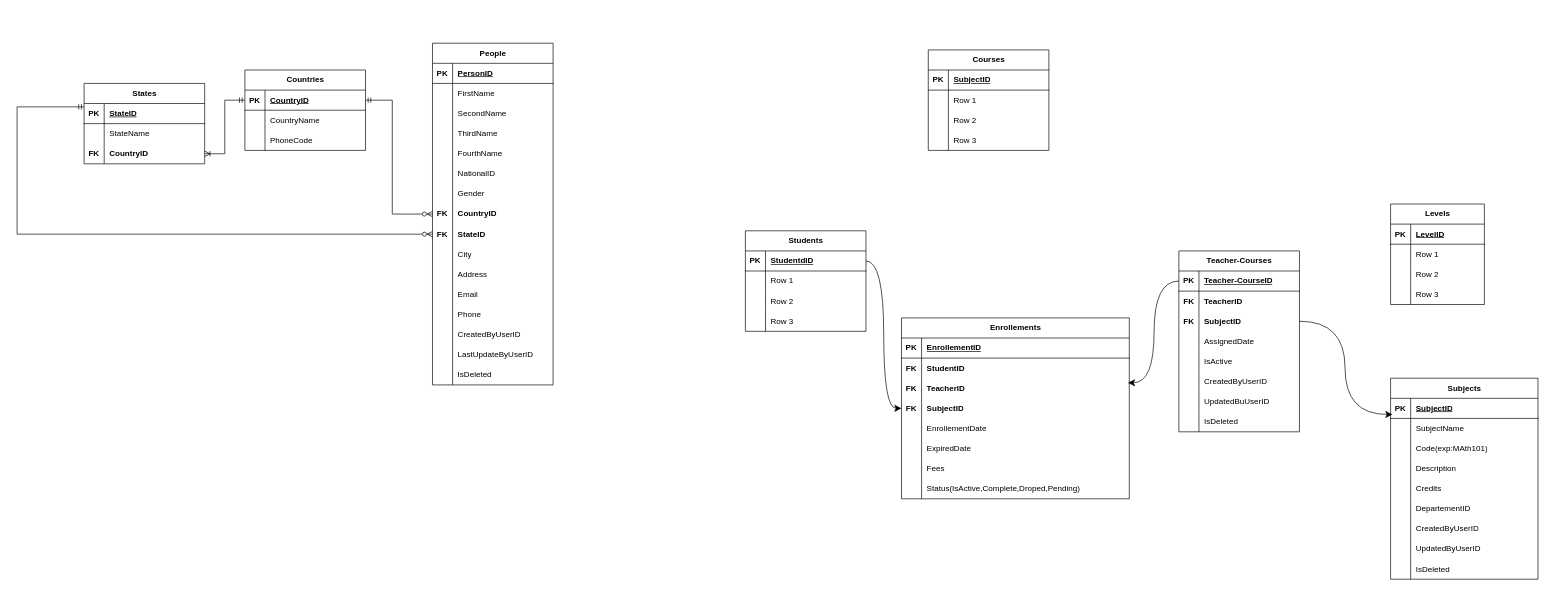
Earlier version of the draw.io diagram EducatioCenterDB.drawio (khalil98dev/EducationCenter). Source tidied: cells renumbered, new cells numbered last; positions are measured from the earlier drawing's top-left corner, leaving out a move shared by most shapes. Both pictures are drawn from the tidied source at 67%, with x=0, y=0 at pixel (17, 43).
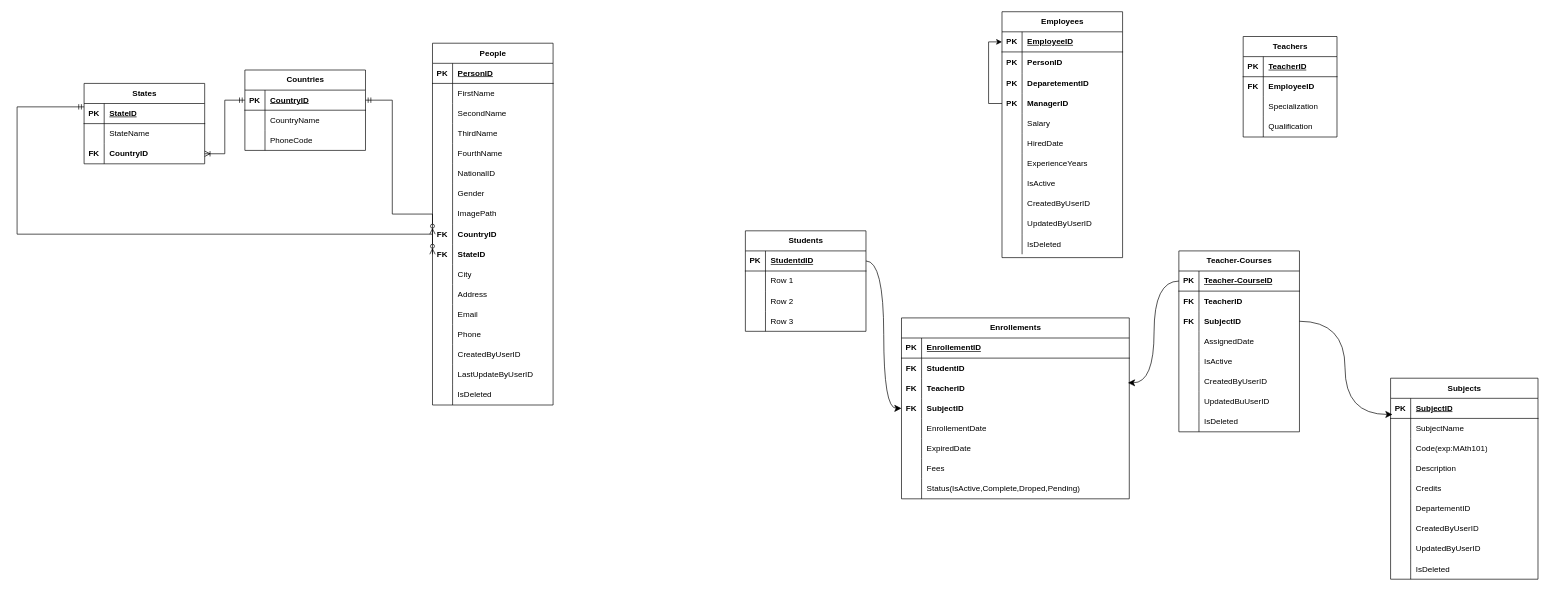
After the change.

Unchanged cells that the change refers to:
```xml
<mxCell id="141" style="shape=tableRow;horizontal=0;startSize=0;swimlaneHead=0;swimlaneBody=0;fillColor=none;points=[[0,0.5],[1,0.5]];portConstraint=eastwest;top=0;left=0;right=0;bottom=1;" parent="140" vertex="1">
  <mxGeometry y="30" width="180" height="30" as="geometry" />
</mxCell>
<mxCell id="179" style="shape=tableRow;horizontal=0;startSize=0;swimlaneHead=0;swimlaneBody=0;fillColor=none;top=0;left=0;right=0;bottom=1;" parent="178" vertex="1">
  <mxGeometry y="30" width="140" height="30" as="geometry" />
</mxCell>
<mxCell id="182" style="shape=tableRow;horizontal=0;startSize=0;swimlaneHead=0;swimlaneBody=0;fillColor=none;top=0;left=0;right=0;bottom=0;" parent="178" vertex="1">
  <mxGeometry y="60" width="140" height="30" as="geometry" />
</mxCell>
<mxCell id="185" style="shape=tableRow;horizontal=0;startSize=0;swimlaneHead=0;swimlaneBody=0;fillColor=none;top=0;left=0;right=0;bottom=0;" parent="178" vertex="1">
  <mxGeometry y="90" width="140" height="30" as="geometry" />
</mxCell>
<mxCell id="188" style="shape=tableRow;horizontal=0;startSize=0;swimlaneHead=0;swimlaneBody=0;fillColor=none;top=0;left=0;right=0;bottom=0;" parent="178" vertex="1">
  <mxGeometry y="120" width="140" height="30" as="geometry" />
</mxCell>
```

Diff of the diagram source:
```diff
@@
     <mxCell id="2" value="People" style="shape=table;startSize=30;childLayout=tableLayout;rowLines=0;fontStyle=1;align=center;html=1;" parent="1" vertex="1">
-      <mxGeometry x="620" width="180" height="510" as="geometry" />
+      <mxGeometry x="620" width="180" height="540" as="geometry" />
     </mxCell>
@@
+    <mxCell id="194" style="shape=tableRow;horizontal=0;startSize=0;swimlaneHead=0;swimlaneBody=0;fillColor=none;top=0;left=0;right=0;bottom=0;" parent="2" vertex="1">
+      <mxGeometry y="240" width="180" height="30" as="geometry" />
+    </mxCell>
+    <mxCell id="195" style="shape=partialRectangle;fillColor=none;top=0;left=0;bottom=0;right=0;overflow=hidden;whiteSpace=wrap;html=1;" parent="194" vertex="1">
+      <mxGeometry width="30" height="30" as="geometry" />
+    </mxCell>
+    <mxCell id="196" value="ImagePath" style="shape=partialRectangle;fillColor=none;top=0;left=0;bottom=0;right=0;align=left;spacingLeft=6;overflow=hidden;whiteSpace=wrap;html=1;" parent="194" vertex="1">
+      <mxGeometry x="30" width="150" height="30" as="geometry" />
+    </mxCell>
     <mxCell id="24" style="shape=tableRow;horizontal=0;startSize=0;swimlaneHead=0;swimlaneBody=0;fillColor=none;points=[[0,0.5],[1,0.5]];portConstraint=eastwest;top=0;left=0;right=0;bottom=0;" parent="2" vertex="1">
-      <mxGeometry y="240" width="180" height="30" as="geometry" />
+      <mxGeometry y="270" width="180" height="30" as="geometry" />
     </mxCell>
@@
     <mxCell id="27" style="shape=tableRow;horizontal=0;startSize=0;swimlaneHead=0;swimlaneBody=0;fillColor=none;points=[[0,0.5],[1,0.5]];portConstraint=eastwest;top=0;left=0;right=0;bottom=0;" parent="2" vertex="1">
-      <mxGeometry y="270" width="180" height="30" as="geometry" />
+      <mxGeometry y="300" width="180" height="30" as="geometry" />
     </mxCell>
@@
     <mxCell id="30" style="shape=tableRow;horizontal=0;startSize=0;swimlaneHead=0;swimlaneBody=0;fillColor=none;top=0;left=0;right=0;bottom=0;" parent="2" vertex="1">
-      <mxGeometry y="300" width="180" height="30" as="geometry" />
+      <mxGeometry y="330" width="180" height="30" as="geometry" />
     </mxCell>
@@
     <mxCell id="33" style="shape=tableRow;horizontal=0;startSize=0;swimlaneHead=0;swimlaneBody=0;fillColor=none;top=0;left=0;right=0;bottom=0;" parent="2" vertex="1">
-      <mxGeometry y="330" width="180" height="30" as="geometry" />
+      <mxGeometry y="360" width="180" height="30" as="geometry" />
     </mxCell>
@@
     <mxCell id="36" style="shape=tableRow;horizontal=0;startSize=0;swimlaneHead=0;swimlaneBody=0;fillColor=none;top=0;left=0;right=0;bottom=0;" parent="2" vertex="1">
-      <mxGeometry y="360" width="180" height="30" as="geometry" />
+      <mxGeometry y="390" width="180" height="30" as="geometry" />
     </mxCell>
@@
     <mxCell id="39" style="shape=tableRow;horizontal=0;startSize=0;swimlaneHead=0;swimlaneBody=0;fillColor=none;top=0;left=0;right=0;bottom=0;" parent="2" vertex="1">
-      <mxGeometry y="390" width="180" height="30" as="geometry" />
+      <mxGeometry y="420" width="180" height="30" as="geometry" />
     </mxCell>
@@
     <mxCell id="42" style="shape=tableRow;horizontal=0;startSize=0;swimlaneHead=0;swimlaneBody=0;fillColor=none;top=0;left=0;right=0;bottom=0;" parent="2" vertex="1">
-      <mxGeometry y="420" width="180" height="30" as="geometry" />
+      <mxGeometry y="450" width="180" height="30" as="geometry" />
     </mxCell>
@@
     <mxCell id="45" style="shape=tableRow;horizontal=0;startSize=0;swimlaneHead=0;swimlaneBody=0;fillColor=none;top=0;left=0;right=0;bottom=0;" parent="2" vertex="1">
-      <mxGeometry y="450" width="180" height="30" as="geometry" />
+      <mxGeometry y="480" width="180" height="30" as="geometry" />
     </mxCell>
@@
     <mxCell id="48" style="shape=tableRow;horizontal=0;startSize=0;swimlaneHead=0;swimlaneBody=0;fillColor=none;top=0;left=0;right=0;bottom=0;" parent="2" vertex="1">
-      <mxGeometry y="480" width="180" height="30" as="geometry" />
+      <mxGeometry y="510" width="180" height="30" as="geometry" />
     </mxCell>
@@
+    <mxCell id="197" style="edgeStyle=orthogonalEdgeStyle;rounded=0;jettySize=auto;html=1;entryX=0;entryY=0.5;entryDx=0;entryDy=0;" parent="1" edge="1" source="201" target="141">
+      <mxGeometry relative="1" as="geometry" />
+    </mxCell>
@@
-    <mxCell id="140" value="Courses" style="shape=table;startSize=30;childLayout=tableLayout;rowLines=0;fontStyle=1;align=center;html=1;" parent="1" vertex="1">
-      <mxGeometry x="1360" y="10" width="180" height="150" as="geometry" />
+    <mxCell id="140" value="Employees" style="shape=table;startSize=30;childLayout=tableLayout;rowLines=0;fontStyle=1;align=center;html=1;" parent="1" vertex="1">
+      <mxGeometry x="1470" y="-47" width="180" height="367" as="geometry" />
     </mxCell>
@@
-    <mxCell id="143" value="SubjectID" style="shape=partialRectangle;fillColor=none;top=0;left=0;bottom=0;right=0;align=left;spacingLeft=6;fontStyle=5;overflow=hidden;whiteSpace=wrap;html=1;" parent="141" vertex="1">
+    <mxCell id="143" value="EmployeeID" style="shape=partialRectangle;fillColor=none;top=0;left=0;bottom=0;right=0;align=left;spacingLeft=6;fontStyle=5;overflow=hidden;whiteSpace=wrap;html=1;" parent="141" vertex="1">
       <mxGeometry x="30" width="150" height="30" as="geometry" />
     </mxCell>
     <mxCell id="144" style="shape=tableRow;horizontal=0;startSize=0;swimlaneHead=0;swimlaneBody=0;fillColor=none;top=0;left=0;right=0;bottom=0;" parent="140" vertex="1">
-      <mxGeometry y="60" width="180" height="30" as="geometry" />
+      <mxGeometry y="60" width="180" height="32" as="geometry" />
     </mxCell>
-    <mxCell id="145" style="shape=partialRectangle;fillColor=none;top=0;left=0;bottom=0;right=0;overflow=hidden;whiteSpace=wrap;html=1;" parent="144" vertex="1">
-      <mxGeometry width="30" height="30" as="geometry" />
+    <mxCell id="145" value="PK" style="shape=partialRectangle;fillColor=none;top=0;left=0;bottom=0;right=0;overflow=hidden;whiteSpace=wrap;html=1;fontStyle=1;" parent="144" vertex="1">
+      <mxGeometry width="30" height="32" as="geometry" />
     </mxCell>
-    <mxCell id="146" value="Row 1" style="shape=partialRectangle;fillColor=none;top=0;left=0;bottom=0;right=0;align=left;spacingLeft=6;overflow=hidden;whiteSpace=wrap;html=1;" parent="144" vertex="1">
-      <mxGeometry x="30" width="150" height="30" as="geometry" />
+    <mxCell id="146" value="PersonID" style="shape=partialRectangle;fillColor=none;top=0;left=0;bottom=0;right=0;align=left;spacingLeft=6;overflow=hidden;whiteSpace=wrap;html=1;fontStyle=1;" parent="144" vertex="1">
+      <mxGeometry x="30" width="150" height="32" as="geometry" />
     </mxCell>
+    <mxCell id="198" style="shape=tableRow;horizontal=0;startSize=0;swimlaneHead=0;swimlaneBody=0;fillColor=none;top=0;left=0;right=0;bottom=0;" parent="140" vertex="1">
+      <mxGeometry y="92" width="180" height="30" as="geometry" />
+    </mxCell>
+    <mxCell id="199" value="PK" style="shape=partialRectangle;fillColor=none;top=0;left=0;bottom=0;right=0;overflow=hidden;whiteSpace=wrap;html=1;fontStyle=1;" parent="198" vertex="1">
+      <mxGeometry width="30" height="30" as="geometry" />
+    </mxCell>
+    <mxCell id="200" value="DeparetementID" style="shape=partialRectangle;fillColor=none;top=0;left=0;bottom=0;right=0;align=left;spacingLeft=6;overflow=hidden;whiteSpace=wrap;html=1;fontStyle=1;" parent="198" vertex="1">
+      <mxGeometry x="30" width="150" height="30" as="geometry" />
+    </mxCell>
+    <mxCell id="201" style="shape=tableRow;horizontal=0;startSize=0;swimlaneHead=0;swimlaneBody=0;fillColor=none;points=[[0,0.5],[1,0.5]];portConstraint=eastwest;top=0;left=0;right=0;bottom=0;" parent="140" vertex="1">
+      <mxGeometry y="122" width="180" height="30" as="geometry" />
+    </mxCell>
+    <mxCell id="202" value="PK" style="shape=partialRectangle;fillColor=none;top=0;left=0;bottom=0;right=0;overflow=hidden;whiteSpace=wrap;html=1;fontStyle=1;" parent="201" vertex="1">
+      <mxGeometry width="30" height="30" as="geometry" />
+    </mxCell>
+    <mxCell id="203" value="ManagerID" style="shape=partialRectangle;fillColor=none;top=0;left=0;bottom=0;right=0;align=left;spacingLeft=6;overflow=hidden;whiteSpace=wrap;html=1;fontStyle=1;" parent="201" vertex="1">
+      <mxGeometry x="30" width="150" height="30" as="geometry" />
+    </mxCell>
     <mxCell id="147" style="shape=tableRow;horizontal=0;startSize=0;swimlaneHead=0;swimlaneBody=0;fillColor=none;top=0;left=0;right=0;bottom=0;" parent="140" vertex="1">
-      <mxGeometry y="90" width="180" height="30" as="geometry" />
+      <mxGeometry y="152" width="180" height="30" as="geometry" />
     </mxCell>
@@
-    <mxCell id="149" value="Row 2" style="shape=partialRectangle;fillColor=none;top=0;left=0;bottom=0;right=0;align=left;spacingLeft=6;overflow=hidden;whiteSpace=wrap;html=1;" parent="147" vertex="1">
+    <mxCell id="149" value="Salary" style="shape=partialRectangle;fillColor=none;top=0;left=0;bottom=0;right=0;align=left;spacingLeft=6;overflow=hidden;whiteSpace=wrap;html=1;" parent="147" vertex="1">
       <mxGeometry x="30" width="150" height="30" as="geometry" />
     </mxCell>
     <mxCell id="150" style="shape=tableRow;horizontal=0;startSize=0;swimlaneHead=0;swimlaneBody=0;fillColor=none;top=0;left=0;right=0;bottom=0;" parent="140" vertex="1">
-      <mxGeometry y="120" width="180" height="30" as="geometry" />
+      <mxGeometry y="182" width="180" height="30" as="geometry" />
     </mxCell>
@@
-    <mxCell id="152" value="Row 3" style="shape=partialRectangle;fillColor=none;top=0;left=0;bottom=0;right=0;align=left;spacingLeft=6;overflow=hidden;whiteSpace=wrap;html=1;" parent="150" vertex="1">
+    <mxCell id="152" value="HiredDate" style="shape=partialRectangle;fillColor=none;top=0;left=0;bottom=0;right=0;align=left;spacingLeft=6;overflow=hidden;whiteSpace=wrap;html=1;" parent="150" vertex="1">
       <mxGeometry x="30" width="150" height="30" as="geometry" />
     </mxCell>
+    <mxCell id="204" style="shape=tableRow;horizontal=0;startSize=0;swimlaneHead=0;swimlaneBody=0;fillColor=none;top=0;left=0;right=0;bottom=0;" parent="140" vertex="1">
+      <mxGeometry y="212" width="180" height="30" as="geometry" />
+    </mxCell>
+    <mxCell id="205" style="shape=partialRectangle;fillColor=none;top=0;left=0;bottom=0;right=0;overflow=hidden;whiteSpace=wrap;html=1;" parent="204" vertex="1">
+      <mxGeometry width="30" height="30" as="geometry" />
+    </mxCell>
+    <mxCell id="206" value="ExperienceYears" style="shape=partialRectangle;fillColor=none;top=0;left=0;bottom=0;right=0;align=left;spacingLeft=6;overflow=hidden;whiteSpace=wrap;html=1;" parent="204" vertex="1">
+      <mxGeometry x="30" width="150" height="30" as="geometry" />
+    </mxCell>
+    <mxCell id="207" style="shape=tableRow;horizontal=0;startSize=0;swimlaneHead=0;swimlaneBody=0;fillColor=none;top=0;left=0;right=0;bottom=0;" parent="140" vertex="1">
+      <mxGeometry y="242" width="180" height="30" as="geometry" />
+    </mxCell>
+    <mxCell id="208" style="shape=partialRectangle;fillColor=none;top=0;left=0;bottom=0;right=0;overflow=hidden;whiteSpace=wrap;html=1;" parent="207" vertex="1">
+      <mxGeometry width="30" height="30" as="geometry" />
+    </mxCell>
+    <mxCell id="209" value="IsActive" style="shape=partialRectangle;fillColor=none;top=0;left=0;bottom=0;right=0;align=left;spacingLeft=6;overflow=hidden;whiteSpace=wrap;html=1;" parent="207" vertex="1">
+      <mxGeometry x="30" width="150" height="30" as="geometry" />
+    </mxCell>
+    <mxCell id="210" style="shape=tableRow;horizontal=0;startSize=0;swimlaneHead=0;swimlaneBody=0;fillColor=none;top=0;left=0;right=0;bottom=0;" parent="140" vertex="1">
+      <mxGeometry y="272" width="180" height="30" as="geometry" />
+    </mxCell>
+    <mxCell id="211" style="shape=partialRectangle;fillColor=none;top=0;left=0;bottom=0;right=0;overflow=hidden;whiteSpace=wrap;html=1;" parent="210" vertex="1">
+      <mxGeometry width="30" height="30" as="geometry" />
+    </mxCell>
+    <mxCell id="212" value="CreatedByUserID" style="shape=partialRectangle;fillColor=none;top=0;left=0;bottom=0;right=0;align=left;spacingLeft=6;overflow=hidden;whiteSpace=wrap;html=1;" parent="210" vertex="1">
+      <mxGeometry x="30" width="150" height="30" as="geometry" />
+    </mxCell>
+    <mxCell id="213" style="shape=tableRow;horizontal=0;startSize=0;swimlaneHead=0;swimlaneBody=0;fillColor=none;top=0;left=0;right=0;bottom=0;" parent="140" vertex="1">
+      <mxGeometry y="302" width="180" height="30" as="geometry" />
+    </mxCell>
+    <mxCell id="214" style="shape=partialRectangle;fillColor=none;top=0;left=0;bottom=0;right=0;overflow=hidden;whiteSpace=wrap;html=1;" parent="213" vertex="1">
+      <mxGeometry width="30" height="30" as="geometry" />
+    </mxCell>
+    <mxCell id="215" value="UpdatedByUserID" style="shape=partialRectangle;fillColor=none;top=0;left=0;bottom=0;right=0;align=left;spacingLeft=6;overflow=hidden;whiteSpace=wrap;html=1;" parent="213" vertex="1">
+      <mxGeometry x="30" width="150" height="30" as="geometry" />
+    </mxCell>
+    <mxCell id="216" style="shape=tableRow;horizontal=0;startSize=0;swimlaneHead=0;swimlaneBody=0;fillColor=none;top=0;left=0;right=0;bottom=0;" parent="140" vertex="1">
+      <mxGeometry y="332" width="180" height="30" as="geometry" />
+    </mxCell>
+    <mxCell id="217" style="shape=partialRectangle;fillColor=none;top=0;left=0;bottom=0;right=0;overflow=hidden;whiteSpace=wrap;html=1;" parent="216" vertex="1">
+      <mxGeometry width="30" height="30" as="geometry" />
+    </mxCell>
+    <mxCell id="218" value="IsDeleted" style="shape=partialRectangle;fillColor=none;top=0;left=0;bottom=0;right=0;align=left;spacingLeft=6;overflow=hidden;whiteSpace=wrap;html=1;" parent="216" vertex="1">
+      <mxGeometry x="30" width="150" height="30" as="geometry" />
+    </mxCell>
@@
-    <mxCell id="178" value="Levels" style="shape=table;startSize=30;childLayout=tableLayout;rowLines=0;fontStyle=1;align=center;html=1;" parent="1" vertex="1">
-      <mxGeometry x="2050" y="240" width="140" height="150" as="geometry" />
+    <mxCell id="178" value="Teachers" style="shape=table;startSize=30;childLayout=tableLayout;rowLines=0;fontStyle=1;align=center;html=1;" parent="1" vertex="1">
+      <mxGeometry x="1830" y="-10" width="140" height="150" as="geometry" />
     </mxCell>
@@
-    <mxCell id="181" value="LevelID" style="shape=partialRectangle;fillColor=none;top=0;left=0;bottom=0;right=0;align=left;spacingLeft=6;fontStyle=5;overflow=hidden;whiteSpace=wrap;html=1;" parent="179" vertex="1">
+    <mxCell id="181" value="TeacherID" style="shape=partialRectangle;fillColor=none;top=0;left=0;bottom=0;right=0;align=left;spacingLeft=6;fontStyle=5;overflow=hidden;whiteSpace=wrap;html=1;" parent="179" vertex="1">
       <mxGeometry x="30" width="110" height="30" as="geometry" />
     </mxCell>
@@
-    <mxCell id="183" style="shape=partialRectangle;fillColor=none;top=0;left=0;bottom=0;right=0;overflow=hidden;whiteSpace=wrap;html=1;" parent="182" vertex="1">
+    <mxCell id="183" value="FK" style="shape=partialRectangle;fillColor=none;top=0;left=0;bottom=0;right=0;overflow=hidden;whiteSpace=wrap;html=1;fontStyle=1;" parent="182" vertex="1">
       <mxGeometry width="30" height="30" as="geometry" />
     </mxCell>
-    <mxCell id="184" value="Row 1" style="shape=partialRectangle;fillColor=none;top=0;left=0;bottom=0;right=0;align=left;spacingLeft=6;overflow=hidden;whiteSpace=wrap;html=1;" parent="182" vertex="1">
+    <mxCell id="184" value="EmployeeID" style="shape=partialRectangle;fillColor=none;top=0;left=0;bottom=0;right=0;align=left;spacingLeft=6;overflow=hidden;whiteSpace=wrap;html=1;fontStyle=1;" parent="182" vertex="1">
       <mxGeometry x="30" width="110" height="30" as="geometry" />
     </mxCell>
@@
-    <mxCell id="187" value="Row 2" style="shape=partialRectangle;fillColor=none;top=0;left=0;bottom=0;right=0;align=left;spacingLeft=6;overflow=hidden;whiteSpace=wrap;html=1;" parent="185" vertex="1">
+    <mxCell id="187" value="Specialization " style="shape=partialRectangle;fillColor=none;top=0;left=0;bottom=0;right=0;align=left;spacingLeft=6;overflow=hidden;whiteSpace=wrap;html=1;" parent="185" vertex="1">
       <mxGeometry x="30" width="110" height="30" as="geometry" />
     </mxCell>
@@
-    <mxCell id="190" value="Row 3" style="shape=partialRectangle;fillColor=none;top=0;left=0;bottom=0;right=0;align=left;spacingLeft=6;overflow=hidden;whiteSpace=wrap;html=1;" parent="188" vertex="1">
+    <mxCell id="190" value="&lt;div&gt;&lt;span style=&quot;background-color: transparent; color: light-dark(rgb(0, 0, 0), rgb(255, 255, 255));&quot;&gt;Qualification&lt;/span&gt;&lt;/div&gt;" style="shape=partialRectangle;fillColor=none;top=0;left=0;bottom=0;right=0;align=left;spacingLeft=6;overflow=hidden;whiteSpace=wrap;html=1;" parent="188" vertex="1">
       <mxGeometry x="30" width="110" height="30" as="geometry" />
     </mxCell>
```
